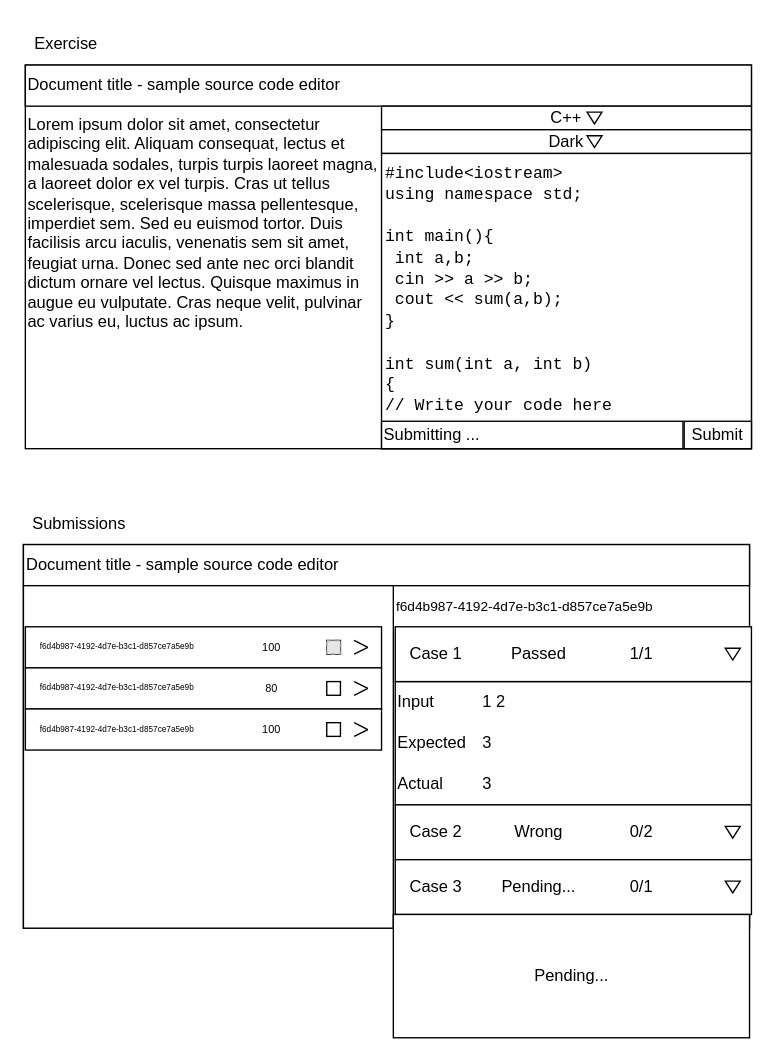
Above: page "UI<DocumentExerciseForStudent>" (18 of 18) of docs/Diagrams.drawio in PhungThanhTu/pcode (draw.io), before the change. Source tidied: cells renumbered, new cells numbered last; positions are measured from the earlier drawing's top-left corner, leaving out a move shared by most shapes. Both pictures are drawn from the tidied source at 137%, with x=0, y=0 at pixel (23, 23). Pictures stored in the file or linked from it are replaced by grey dashed boxes.
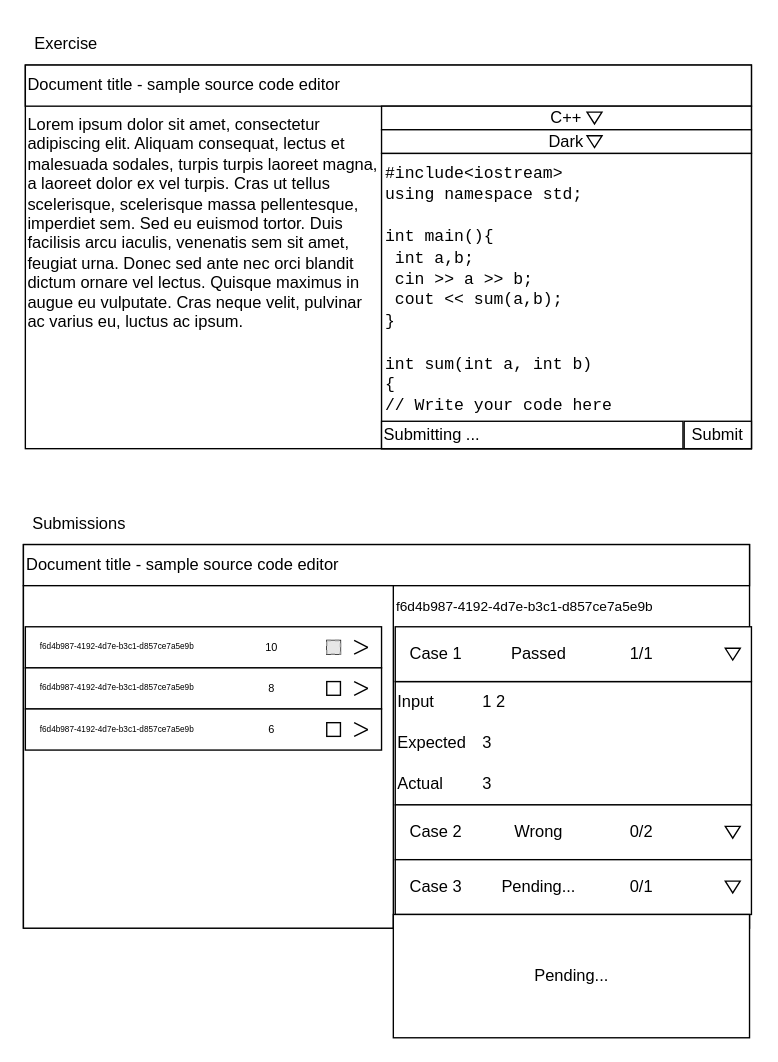
The same diagram, later.

Commit message (it also covers changes not shown here):
- table submission and submission user - procs create submission - schema submission creation - new model function get programming languages (dummy data) - submission create routes

Unchanged cells that the change refers to:
```xml
<mxCell id="22" style="group;" parent="21" vertex="1">
  <mxGeometry width="260" height="30" as="geometry" />
</mxCell>
<mxCell id="31" style="group;" parent="21" vertex="1">
  <mxGeometry y="30" width="260" height="30" as="geometry" />
</mxCell>
<mxCell id="39" style="group;" parent="21" vertex="1">
  <mxGeometry y="60" width="260" height="30" as="geometry" />
</mxCell>
```

Change to the diagram source:
```diff
@@
-    <mxCell id="26" value="100" style="text;html=1;strokeColor=none;fillColor=none;align=center;verticalAlign=middle;whiteSpace=wrap;rounded=0;fontSize=8;" parent="22" vertex="1">
+    <mxCell id="26" value="10" style="text;html=1;strokeColor=none;fillColor=none;align=center;verticalAlign=middle;whiteSpace=wrap;rounded=0;fontSize=8;" parent="22" vertex="1">
       <mxGeometry x="150" width="60" height="30" as="geometry" />
     </mxCell>
@@
-    <mxCell id="35" value="80" style="text;html=1;strokeColor=none;fillColor=none;align=center;verticalAlign=middle;whiteSpace=wrap;rounded=0;fontSize=8;" parent="31" vertex="1">
+    <mxCell id="35" value="8" style="text;html=1;strokeColor=none;fillColor=none;align=center;verticalAlign=middle;whiteSpace=wrap;rounded=0;fontSize=8;" parent="31" vertex="1">
       <mxGeometry x="150" width="60" height="30" as="geometry" />
     </mxCell>
@@
-    <mxCell id="43" value="100" style="text;html=1;strokeColor=none;fillColor=none;align=center;verticalAlign=middle;whiteSpace=wrap;rounded=0;fontSize=8;" parent="39" vertex="1">
+    <mxCell id="43" value="6" style="text;html=1;strokeColor=none;fillColor=none;align=center;verticalAlign=middle;whiteSpace=wrap;rounded=0;fontSize=8;" parent="39" vertex="1">
       <mxGeometry x="150" width="60" height="30" as="geometry" />
     </mxCell>
```
